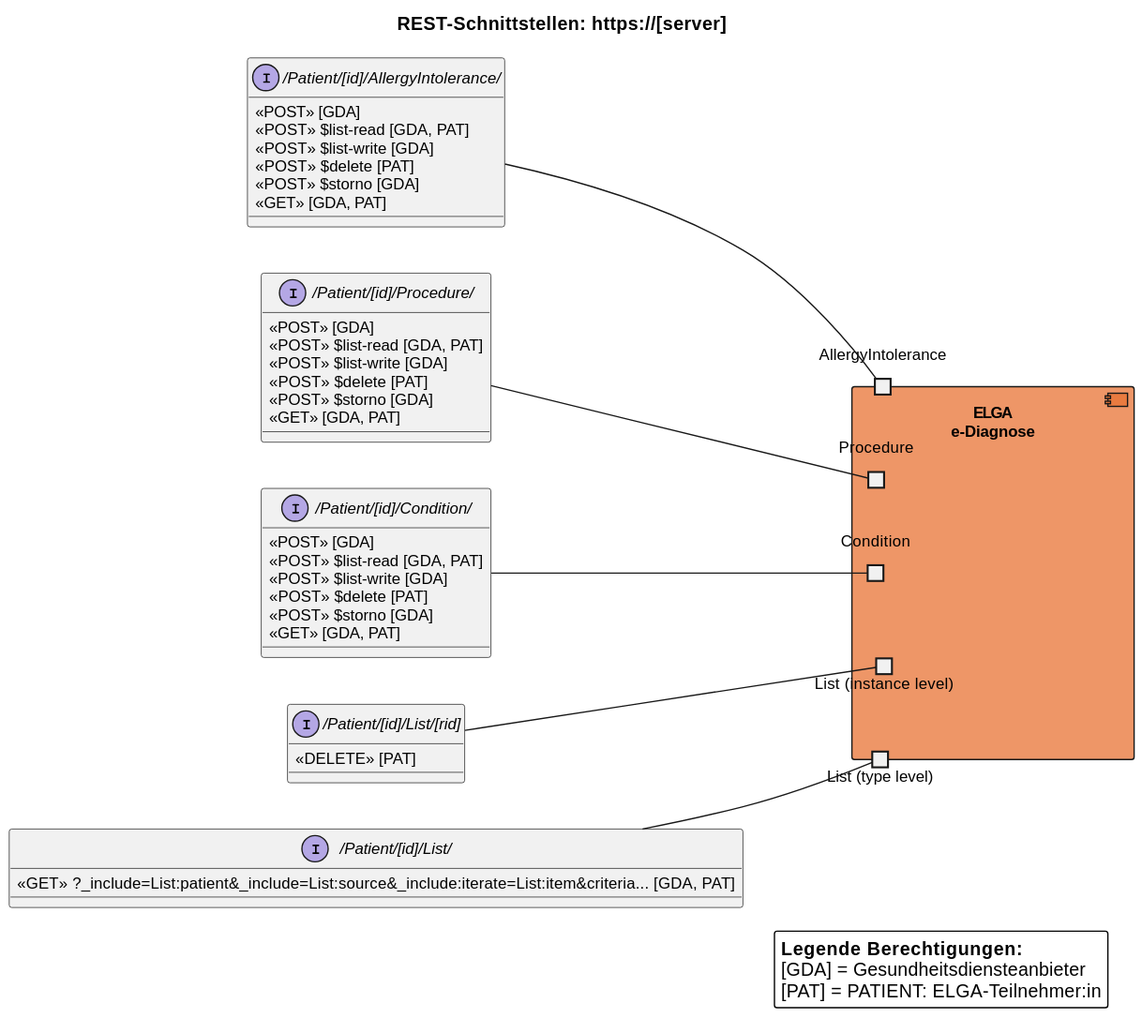
Earlier version of the PlantUML export r4-ELGA-e-Diagnose-main/plantuml/interaction_overview.svg (HL7Austria/hl7austria.github.io).
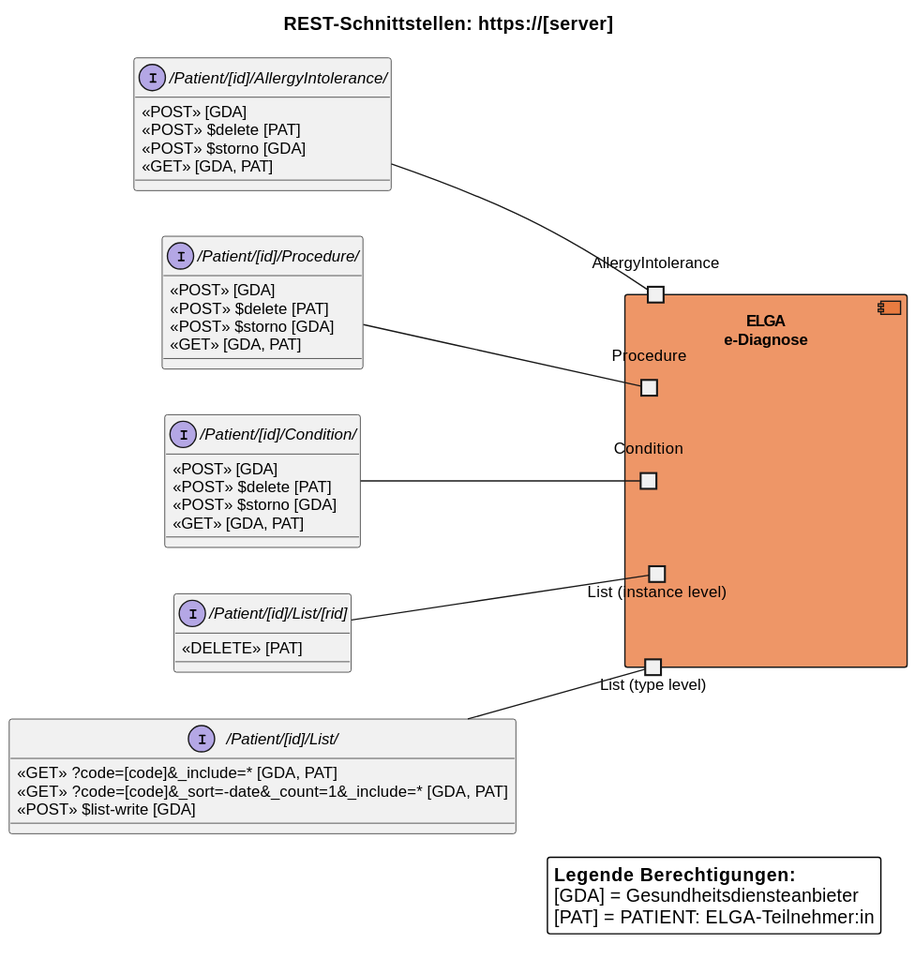
The same diagram one commit later.

What changed in the source:
```diff
@@ -30,7 +30,9 @@
 
 
 interface "/Patient/[id]/List/" as List_type {
-  «GET» ?_include=List:patient&_include=List:source&_include:iterate=List:item&criteria... [GDA, PAT]
+  «GET» ?code=[code]&_include=* [GDA, PAT]
+  «GET» ?code=[code]&_sort=-date&_count=1&_include=* [GDA, PAT]
+  «POST» $list-write [GDA]
 }
 
 interface "/Patient/[id]/List/[rid]" as List_instance {
@@ -39,8 +41,6 @@
 
 interface "/Patient/[id]/Condition/" as ICondition {
   «POST» [GDA]
-  «POST» $list-read [GDA, PAT]
-  «POST» $list-write [GDA]
   «POST» $delete [PAT]
   «POST» $storno [GDA]
   «GET» [GDA, PAT]
@@ -48,8 +48,6 @@
 
 interface "/Patient/[id]/Procedure/" as IProcedure {
   «POST» [GDA]
-  «POST» $list-read [GDA, PAT]
-  «POST» $list-write [GDA]
   «POST» $delete [PAT]
   «POST» $storno [GDA]
   «GET» [GDA, PAT]
@@ -57,8 +55,6 @@
 
 interface "/Patient/[id]/AllergyIntolerance/" as IAllergyIntolerance {
   «POST» [GDA]
-  «POST» $list-read [GDA, PAT]
-  «POST» $list-write [GDA]
   «POST» $delete [PAT]
   «POST» $storno [GDA]
   «GET» [GDA, PAT]
```
